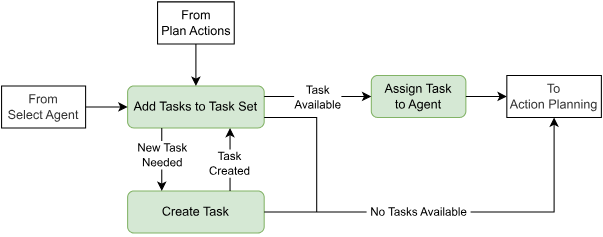
This is Thesis/taskmanagementoverview.svg from TWCCarlson/FleetBench, a draw.io export, as it was before one commit. Source tidied: cells renumbered, new cells last; positions are measured from the earlier drawing's top-left corner, leaving out a move shared by most shapes. Its diagram source:
```xml
<mxGraphModel>
  <root>
    <mxCell id="0" />
    <mxCell id="1" parent="0" />
    <mxCell id="2" value="Assign Task &lt;br&gt;to Agent" style="rounded=1;whiteSpace=wrap;html=1;fillColor=#d5e8d4;strokeColor=#82b366;" parent="1" vertex="1">
      <mxGeometry x="352" y="70" width="90" height="40" as="geometry" />
    </mxCell>
    <mxCell id="3" value="Add Tasks to Task Set" style="rounded=1;whiteSpace=wrap;html=1;fillColor=#d5e8d4;strokeColor=#82b366;" parent="1" vertex="1">
      <mxGeometry x="120" y="80" width="130" height="40" as="geometry" />
    </mxCell>
    <mxCell id="4" value="From&lt;br&gt;Select Agent" style="text;html=1;strokeColor=#000000;fillColor=#FFFFFF;align=center;verticalAlign=middle;whiteSpace=wrap;rounded=0;fontColor=#333333;" parent="1" vertex="1">
      <mxGeometry y="80" width="80" height="40" as="geometry" />
    </mxCell>
    <mxCell id="5" style="endArrow=classic;html=1;rounded=0;exitX=1;exitY=0.5;exitDx=0;exitDy=0;entryX=0;entryY=0.5;entryDx=0;entryDy=0;" parent="1" edge="1" source="4" target="3">
      <mxGeometry relative="1" as="geometry" />
    </mxCell>
    <mxCell id="6" style="endArrow=classic;html=1;rounded=0;exitX=1;exitY=0.25;exitDx=0;exitDy=0;entryX=0;entryY=0.5;entryDx=0;entryDy=0;" parent="1" edge="1" source="3" target="2">
      <mxGeometry relative="1" as="geometry" />
    </mxCell>
    <mxCell id="7" value="Task&lt;br&gt;Available" style="edgeLabel;html=1;align=center;verticalAlign=middle;" parent="6" vertex="1">
      <mxGeometry x="-0.32" y="1" relative="1" as="geometry">
        <mxPoint x="15" y="1" as="offset" />
      </mxGeometry>
    </mxCell>
    <mxCell id="8" value="Create Task" style="rounded=1;whiteSpace=wrap;html=1;fillColor=#d5e8d4;strokeColor=#82b366;" parent="1" vertex="1">
      <mxGeometry x="120" y="180" width="130" height="40" as="geometry" />
    </mxCell>
    <mxCell id="9" style="endArrow=classic;html=1;rounded=0;entryX=0.75;entryY=1;entryDx=0;entryDy=0;exitX=0.75;exitY=0;exitDx=0;exitDy=0;" parent="1" edge="1" source="8" target="3">
      <mxGeometry relative="1" as="geometry" />
    </mxCell>
    <mxCell id="10" value="Task&lt;br&gt;Created" style="edgeLabel;html=1;align=center;verticalAlign=middle;" parent="9" vertex="1">
      <mxGeometry y="-1" relative="1" as="geometry">
        <mxPoint x="-2" y="3" as="offset" />
      </mxGeometry>
    </mxCell>
    <mxCell id="11" style="endArrow=classic;html=1;rounded=0;exitX=0.25;exitY=1;exitDx=0;exitDy=0;entryX=0.25;entryY=0;entryDx=0;entryDy=0;" parent="1" edge="1" source="3" target="8">
      <mxGeometry relative="1" as="geometry" />
    </mxCell>
    <mxCell id="12" value="New Task&lt;br&gt;Needed" style="edgeLabel;html=1;align=center;verticalAlign=middle;" parent="11" vertex="1">
      <mxGeometry x="0.01" relative="1" as="geometry">
        <mxPoint y="-5" as="offset" />
      </mxGeometry>
    </mxCell>
    <mxCell id="13" style="endArrow=classic;html=1;rounded=0;exitX=1;exitY=0.5;exitDx=0;exitDy=0;entryX=0;entryY=0.5;entryDx=0;entryDy=0;" parent="1" edge="1" source="2" target="14">
      <mxGeometry relative="1" as="geometry" />
    </mxCell>
    <mxCell id="14" value="To&lt;br&gt;Action Planning" style="text;html=1;strokeColor=#000000;fillColor=#FFFFFF;align=center;verticalAlign=middle;whiteSpace=wrap;rounded=0;fontColor=#333333;" parent="1" vertex="1">
      <mxGeometry x="481" y="70" width="90" height="40" as="geometry" />
    </mxCell>
    <mxCell id="15" style="endArrow=classic;html=1;rounded=0;exitX=1;exitY=0.5;exitDx=0;exitDy=0;entryX=0.5;entryY=1;entryDx=0;entryDy=0;" parent="1" edge="1" source="8" target="14">
      <mxGeometry relative="1" as="geometry">
        <Array as="points">
          <mxPoint x="526" y="200" />
        </Array>
      </mxGeometry>
    </mxCell>
    <mxCell id="16" value="&amp;nbsp;No Tasks Available&amp;nbsp;" style="edgeLabel;html=1;align=center;verticalAlign=middle;" parent="15" vertex="1">
      <mxGeometry x="-0.2" y="1" relative="1" as="geometry" />
    </mxCell>
    <mxCell id="17" style="endArrow=none;html=1;rounded=0;exitX=1;exitY=0.75;exitDx=0;exitDy=0;" parent="1" edge="1" source="3">
      <mxGeometry relative="1" as="geometry">
        <mxPoint x="300" y="200" as="targetPoint" />
        <Array as="points">
          <mxPoint x="300" y="110" />
        </Array>
      </mxGeometry>
    </mxCell>
    <mxCell id="18" value="From&lt;br&gt;Plan Actions" style="rounded=0;whiteSpace=wrap;html=1;" parent="1" vertex="1">
      <mxGeometry x="148.5" width="73" height="40" as="geometry" />
    </mxCell>
    <mxCell id="19" style="endArrow=classic;html=1;rounded=0;exitX=0.5;exitY=1;exitDx=0;exitDy=0;entryX=0.5;entryY=0;entryDx=0;entryDy=0;" parent="1" edge="1" source="18" target="3">
      <mxGeometry relative="1" as="geometry" />
    </mxCell>
  </root>
</mxGraphModel>
```
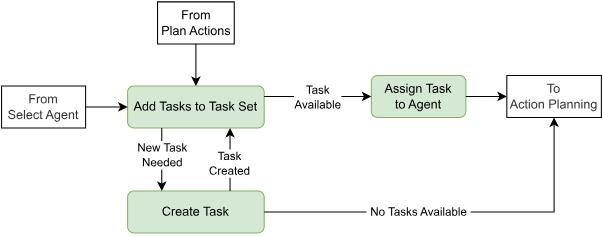
The same file after the commit.

Change to the diagram source:
```diff
@@ -57,14 +57,6 @@
     <mxCell id="16" value="&amp;nbsp;No Tasks Available&amp;nbsp;" style="edgeLabel;html=1;align=center;verticalAlign=middle;" parent="15" vertex="1">
       <mxGeometry x="-0.2" y="1" relative="1" as="geometry" />
     </mxCell>
-    <mxCell id="17" style="endArrow=none;html=1;rounded=0;exitX=1;exitY=0.75;exitDx=0;exitDy=0;" parent="1" edge="1" source="3">
-      <mxGeometry relative="1" as="geometry">
-        <mxPoint x="300" y="200" as="targetPoint" />
-        <Array as="points">
-          <mxPoint x="300" y="110" />
-        </Array>
-      </mxGeometry>
-    </mxCell>
     <mxCell id="18" value="From&lt;br&gt;Plan Actions" style="rounded=0;whiteSpace=wrap;html=1;" parent="1" vertex="1">
       <mxGeometry x="148.5" width="73" height="40" as="geometry" />
     </mxCell>
```
